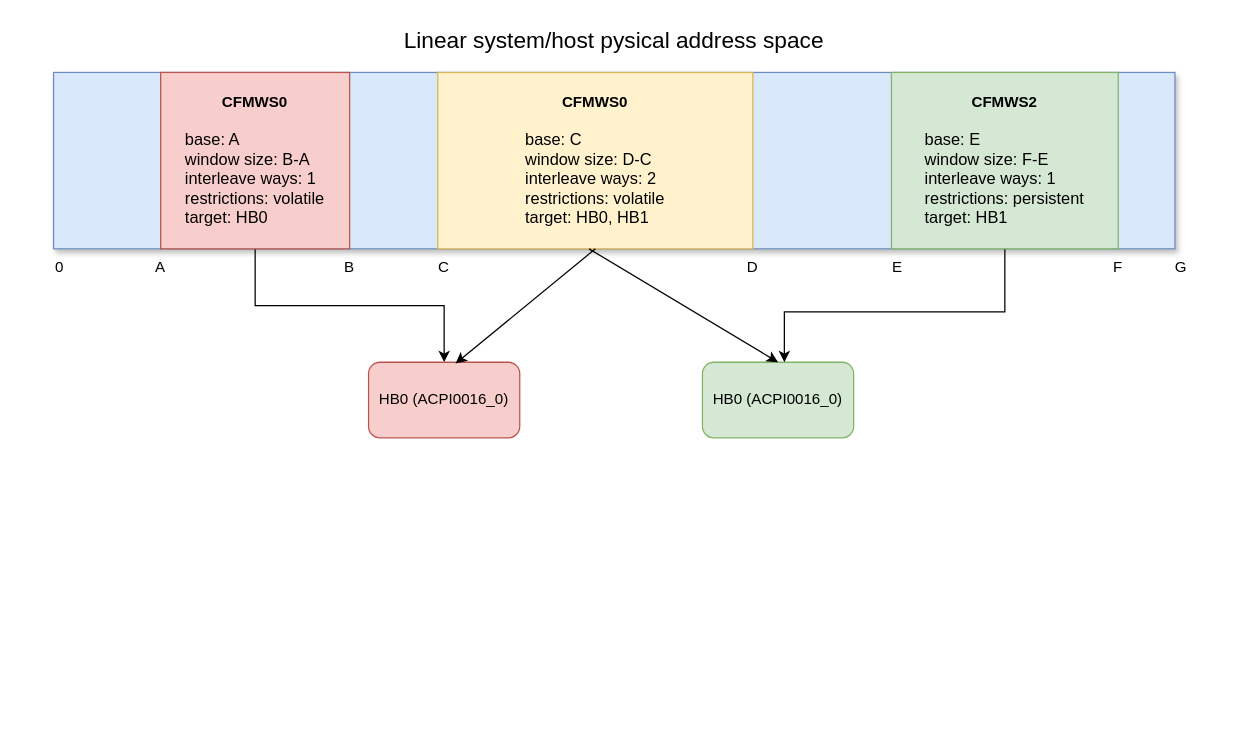
davidlohr/drawio-tests keeps this draw.io diagram as Untitled Diagram.drawio. Above is the earlier version. Source tidied: cells renumbered, new cells numbered last; positions are measured from the earlier drawing's top-left corner, leaving out a move shared by most shapes. Both pictures are drawn from the tidied source at 126%, with x=0, y=0 at pixel (21, 21).
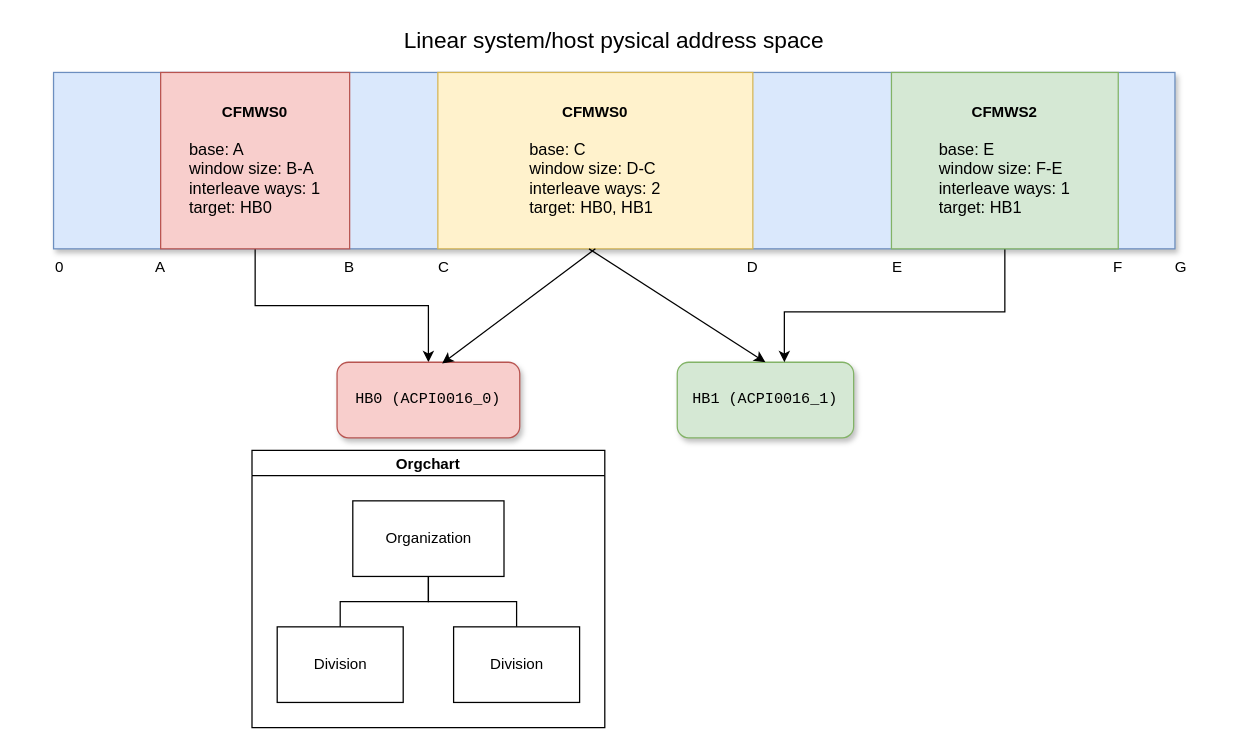
The same page after the edit.

What changed in the source:
```diff
@@
-    <mxCell id="4" value="&lt;b&gt;CFMWS0&lt;br&gt;&lt;/b&gt;&lt;br&gt;&lt;div style=&quot;text-align: left; font-size: 13px;&quot;&gt;&lt;span style=&quot;background-color: initial;&quot;&gt;&lt;font style=&quot;font-size: 13px;&quot;&gt;base: A&lt;/font&gt;&lt;/span&gt;&lt;/div&gt;&lt;div style=&quot;text-align: left; font-size: 13px;&quot;&gt;&lt;span style=&quot;background-color: initial;&quot;&gt;&lt;font style=&quot;font-size: 13px;&quot;&gt;window size: B-A&lt;/font&gt;&lt;/span&gt;&lt;/div&gt;&lt;div style=&quot;text-align: left; font-size: 13px;&quot;&gt;interleave ways: 1&lt;/div&gt;&lt;div style=&quot;text-align: left; font-size: 13px;&quot;&gt;&lt;span style=&quot;background-color: initial;&quot;&gt;&lt;font style=&quot;font-size: 13px;&quot;&gt;restrictions: volatile&lt;/font&gt;&lt;/span&gt;&lt;/div&gt;&lt;div style=&quot;text-align: left; font-size: 13px;&quot;&gt;&lt;span style=&quot;background-color: initial;&quot;&gt;&lt;font style=&quot;font-size: 13px;&quot;&gt;target: HB0&lt;/font&gt;&lt;/span&gt;&lt;/div&gt;" style="rounded=0;whiteSpace=wrap;html=1;fillColor=#f8cecc;strokeColor=#b85450;" parent="1" vertex="1">
+    <mxCell id="4" value="&lt;b&gt;CFMWS0&lt;br&gt;&lt;/b&gt;&lt;br&gt;&lt;div style=&quot;text-align: left; font-size: 13px;&quot;&gt;&lt;span style=&quot;background-color: initial;&quot;&gt;&lt;font style=&quot;font-size: 13px;&quot;&gt;base: A&lt;/font&gt;&lt;/span&gt;&lt;/div&gt;&lt;div style=&quot;text-align: left; font-size: 13px;&quot;&gt;&lt;span style=&quot;background-color: initial;&quot;&gt;&lt;font style=&quot;font-size: 13px;&quot;&gt;window size: B-A&lt;/font&gt;&lt;/span&gt;&lt;/div&gt;&lt;div style=&quot;text-align: left; font-size: 13px;&quot;&gt;interleave ways: 1&lt;/div&gt;&lt;div style=&quot;text-align: left; font-size: 13px;&quot;&gt;&lt;span style=&quot;background-color: initial;&quot;&gt;target: HB0&lt;/span&gt;&lt;br&gt;&lt;/div&gt;" style="rounded=0;whiteSpace=wrap;html=1;fillColor=#f8cecc;strokeColor=#b85450;" parent="1" vertex="1">
       <mxGeometry x="110" y="40" width="150" height="140" as="geometry" />
     </mxCell>
@@
-    <mxCell id="6" value="HB0 (ACPI0016_0)" style="rounded=1;whiteSpace=wrap;html=1;fillColor=#f8cecc;strokeColor=#b85450;" parent="1" vertex="1">
-      <mxGeometry x="275" y="270" width="120" height="60" as="geometry" />
+    <mxCell id="6" value="&lt;pre&gt;HB0 (ACPI0016_0)&lt;/pre&gt;" style="rounded=1;whiteSpace=wrap;html=1;fillColor=#f8cecc;strokeColor=#b85450;glass=0;shadow=1;" parent="1" vertex="1">
+      <mxGeometry x="250" y="270" width="145" height="60" as="geometry" />
     </mxCell>
-    <mxCell id="7" value="HB0 (ACPI0016_0)" style="rounded=1;whiteSpace=wrap;html=1;fillColor=#d5e8d4;strokeColor=#82b366;" parent="1" vertex="1">
-      <mxGeometry x="540" y="270" width="120" height="60" as="geometry" />
+    <mxCell id="7" value="&lt;pre&gt;HB1 (ACPI0016_1)&lt;/pre&gt;" style="rounded=1;whiteSpace=wrap;html=1;fillColor=#d5e8d4;strokeColor=#82b366;shadow=1;" parent="1" vertex="1">
+      <mxGeometry x="520" y="270" width="140" height="60" as="geometry" />
     </mxCell>
@@
-    <mxCell id="17" value="&lt;b&gt;CFMWS2&lt;br&gt;&lt;/b&gt;&lt;br&gt;&lt;div style=&quot;text-align: left; font-size: 13px;&quot;&gt;&lt;span style=&quot;background-color: initial;&quot;&gt;&lt;font style=&quot;font-size: 13px;&quot;&gt;base: E&lt;/font&gt;&lt;/span&gt;&lt;/div&gt;&lt;div style=&quot;text-align: left; font-size: 13px;&quot;&gt;&lt;span style=&quot;background-color: initial;&quot;&gt;&lt;font style=&quot;font-size: 13px;&quot;&gt;window size: F-E&lt;/font&gt;&lt;/span&gt;&lt;/div&gt;&lt;div style=&quot;text-align: left; font-size: 13px;&quot;&gt;&lt;span style=&quot;background-color: initial;&quot;&gt;&lt;font style=&quot;font-size: 13px;&quot;&gt;interleave ways: 1&lt;/font&gt;&lt;/span&gt;&lt;/div&gt;&lt;div style=&quot;text-align: left; font-size: 13px;&quot;&gt;&lt;span style=&quot;background-color: initial;&quot;&gt;&lt;font style=&quot;font-size: 13px;&quot;&gt;restrictions: persistent&lt;/font&gt;&lt;/span&gt;&lt;/div&gt;&lt;div style=&quot;text-align: left; font-size: 13px;&quot;&gt;&lt;span style=&quot;background-color: initial;&quot;&gt;&lt;font style=&quot;font-size: 13px;&quot;&gt;target: HB1&lt;/font&gt;&lt;/span&gt;&lt;/div&gt;" style="rounded=0;whiteSpace=wrap;html=1;fillColor=#d5e8d4;strokeColor=#82b366;" parent="1" vertex="1">
+    <mxCell id="17" value="&lt;b&gt;CFMWS2&lt;br&gt;&lt;/b&gt;&lt;br&gt;&lt;div style=&quot;text-align: left; font-size: 13px;&quot;&gt;&lt;span style=&quot;background-color: initial;&quot;&gt;&lt;font style=&quot;font-size: 13px;&quot;&gt;base: E&lt;/font&gt;&lt;/span&gt;&lt;/div&gt;&lt;div style=&quot;text-align: left; font-size: 13px;&quot;&gt;&lt;span style=&quot;background-color: initial;&quot;&gt;&lt;font style=&quot;font-size: 13px;&quot;&gt;window size: F-E&lt;/font&gt;&lt;/span&gt;&lt;/div&gt;&lt;div style=&quot;text-align: left; font-size: 13px;&quot;&gt;&lt;span style=&quot;background-color: initial;&quot;&gt;&lt;font style=&quot;font-size: 13px;&quot;&gt;interleave ways: 1&lt;/font&gt;&lt;/span&gt;&lt;/div&gt;&lt;div style=&quot;text-align: left; font-size: 13px;&quot;&gt;&lt;span style=&quot;background-color: initial;&quot;&gt;target: HB1&lt;/span&gt;&lt;br&gt;&lt;/div&gt;" style="rounded=0;whiteSpace=wrap;html=1;fillColor=#d5e8d4;strokeColor=#82b366;" parent="1" vertex="1">
       <mxGeometry x="690" y="40" width="180" height="140" as="geometry" />
     </mxCell>
-    <mxCell id="18" value="&lt;b&gt;CFMWS0&lt;br&gt;&lt;/b&gt;&lt;br&gt;&lt;div style=&quot;text-align: left; font-size: 13px;&quot;&gt;&lt;span style=&quot;background-color: initial;&quot;&gt;&lt;font style=&quot;font-size: 13px;&quot;&gt;base: C&lt;/font&gt;&lt;/span&gt;&lt;/div&gt;&lt;div style=&quot;text-align: left; font-size: 13px;&quot;&gt;&lt;span style=&quot;background-color: initial;&quot;&gt;&lt;font style=&quot;font-size: 13px;&quot;&gt;window size: D-C&lt;/font&gt;&lt;/span&gt;&lt;/div&gt;&lt;div style=&quot;text-align: left; font-size: 13px;&quot;&gt;&lt;span style=&quot;background-color: initial;&quot;&gt;&lt;font style=&quot;font-size: 13px;&quot;&gt;interleave ways: 2&lt;/font&gt;&lt;/span&gt;&lt;/div&gt;&lt;div style=&quot;text-align: left; font-size: 13px;&quot;&gt;&lt;span style=&quot;background-color: initial;&quot;&gt;&lt;font style=&quot;font-size: 13px;&quot;&gt;restrictions: volatile&lt;/font&gt;&lt;/span&gt;&lt;/div&gt;&lt;div style=&quot;text-align: left; font-size: 13px;&quot;&gt;&lt;span style=&quot;background-color: initial;&quot;&gt;&lt;font style=&quot;font-size: 13px;&quot;&gt;target: HB0, HB1&lt;/font&gt;&lt;/span&gt;&lt;/div&gt;" style="rounded=0;whiteSpace=wrap;html=1;fillColor=#fff2cc;strokeColor=#d6b656;" parent="1" vertex="1">
+    <mxCell id="18" value="&lt;b&gt;CFMWS0&lt;br&gt;&lt;/b&gt;&lt;br&gt;&lt;div style=&quot;text-align: left; font-size: 13px;&quot;&gt;&lt;span style=&quot;background-color: initial;&quot;&gt;&lt;font style=&quot;font-size: 13px;&quot;&gt;base: C&lt;/font&gt;&lt;/span&gt;&lt;/div&gt;&lt;div style=&quot;text-align: left; font-size: 13px;&quot;&gt;&lt;span style=&quot;background-color: initial;&quot;&gt;&lt;font style=&quot;font-size: 13px;&quot;&gt;window size: D-C&lt;/font&gt;&lt;/span&gt;&lt;/div&gt;&lt;div style=&quot;text-align: left; font-size: 13px;&quot;&gt;&lt;span style=&quot;background-color: initial;&quot;&gt;&lt;font style=&quot;font-size: 13px;&quot;&gt;interleave ways: 2&lt;/font&gt;&lt;/span&gt;&lt;/div&gt;&lt;div style=&quot;text-align: left; font-size: 13px;&quot;&gt;&lt;span style=&quot;background-color: initial;&quot;&gt;target: HB0, HB1&lt;/span&gt;&lt;br&gt;&lt;/div&gt;" style="rounded=0;whiteSpace=wrap;html=1;fillColor=#fff2cc;strokeColor=#d6b656;" parent="1" vertex="1">
       <mxGeometry x="330" y="40" width="250" height="140" as="geometry" />
     </mxCell>
@@
+    <mxCell id="21" value="Orgchart" style="swimlane;startSize=20;horizontal=1;containerType=tree;newEdgeStyle={&quot;edgeStyle&quot;:&quot;elbowEdgeStyle&quot;,&quot;startArrow&quot;:&quot;none&quot;,&quot;endArrow&quot;:&quot;none&quot;};" parent="1" vertex="1">
+      <mxGeometry x="182.5" y="340" width="280" height="220" as="geometry" />
+    </mxCell>
+    <mxCell id="22" style="edgeStyle=elbowEdgeStyle;elbow=vertical;sourcePerimeterSpacing=0;targetPerimeterSpacing=0;startArrow=none;endArrow=none;rounded=0;curved=0;" parent="21" edge="1" source="24" target="25">
+      <mxGeometry relative="1" as="geometry" />
+    </mxCell>
+    <mxCell id="23" style="edgeStyle=elbowEdgeStyle;elbow=vertical;sourcePerimeterSpacing=0;targetPerimeterSpacing=0;startArrow=none;endArrow=none;rounded=0;curved=0;" parent="21" edge="1" source="24" target="26">
+      <mxGeometry relative="1" as="geometry" />
+    </mxCell>
+    <mxCell id="24" value="Organization" style="whiteSpace=wrap;html=1;align=center;newEdgeStyle={&quot;edgeStyle&quot;:&quot;elbowEdgeStyle&quot;,&quot;startArrow&quot;:&quot;none&quot;,&quot;endArrow&quot;:&quot;none&quot;};" parent="21" vertex="1">
+      <mxGeometry x="80" y="40" width="120" height="60" as="geometry" />
+    </mxCell>
+    <mxCell id="25" value="Division" style="whiteSpace=wrap;html=1;align=center;verticalAlign=middle;newEdgeStyle={&quot;edgeStyle&quot;:&quot;elbowEdgeStyle&quot;,&quot;startArrow&quot;:&quot;none&quot;,&quot;endArrow&quot;:&quot;none&quot;};" parent="21" vertex="1">
+      <mxGeometry x="20" y="140" width="100" height="60" as="geometry" />
+    </mxCell>
+    <mxCell id="26" value="Division" style="whiteSpace=wrap;html=1;align=center;verticalAlign=middle;newEdgeStyle={&quot;edgeStyle&quot;:&quot;elbowEdgeStyle&quot;,&quot;startArrow&quot;:&quot;none&quot;,&quot;endArrow&quot;:&quot;none&quot;};" parent="21" vertex="1">
+      <mxGeometry x="160" y="140" width="100" height="60" as="geometry" />
+    </mxCell>
```
